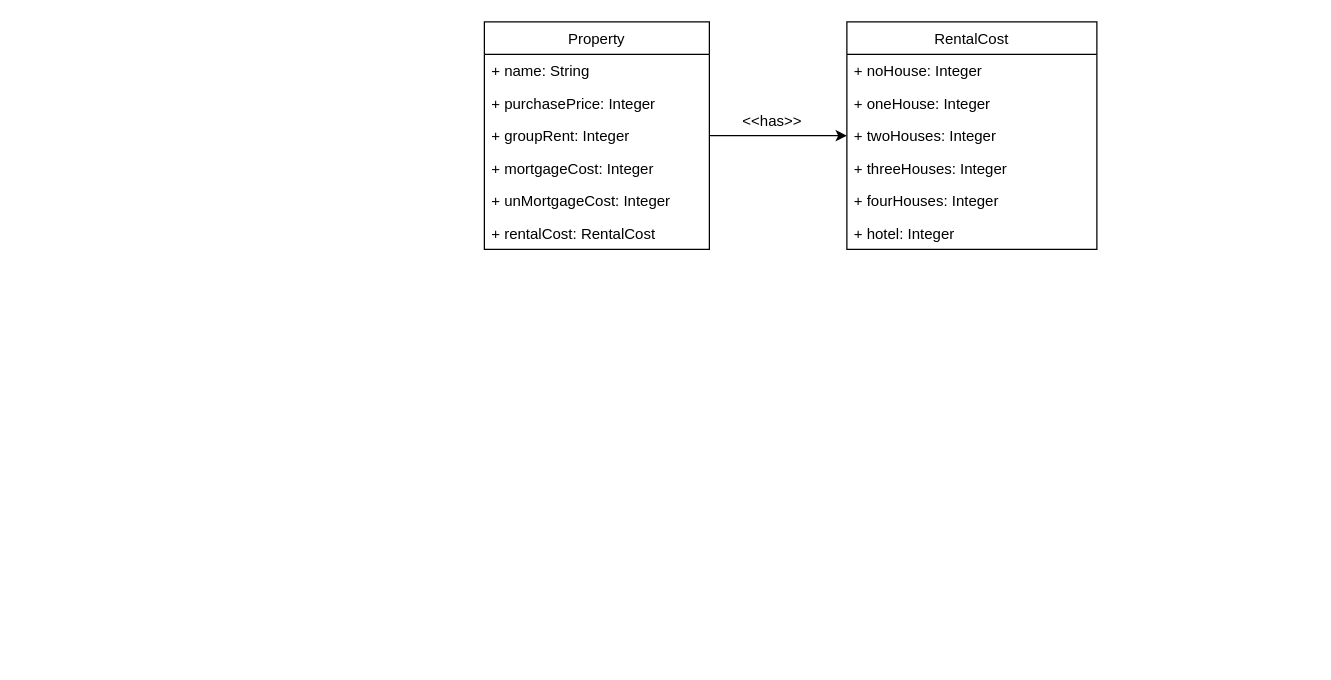
Above: monopoly/diagrams/class.drawio in teamfam2014/monopoly (draw.io), before the change. Source tidied: cells renumbered, new cells numbered last; positions are measured from the earlier drawing's top-left corner, leaving out a move shared by most shapes. Both pictures are drawn from the tidied source at 125%, with x=0, y=0 at pixel (484, 21).
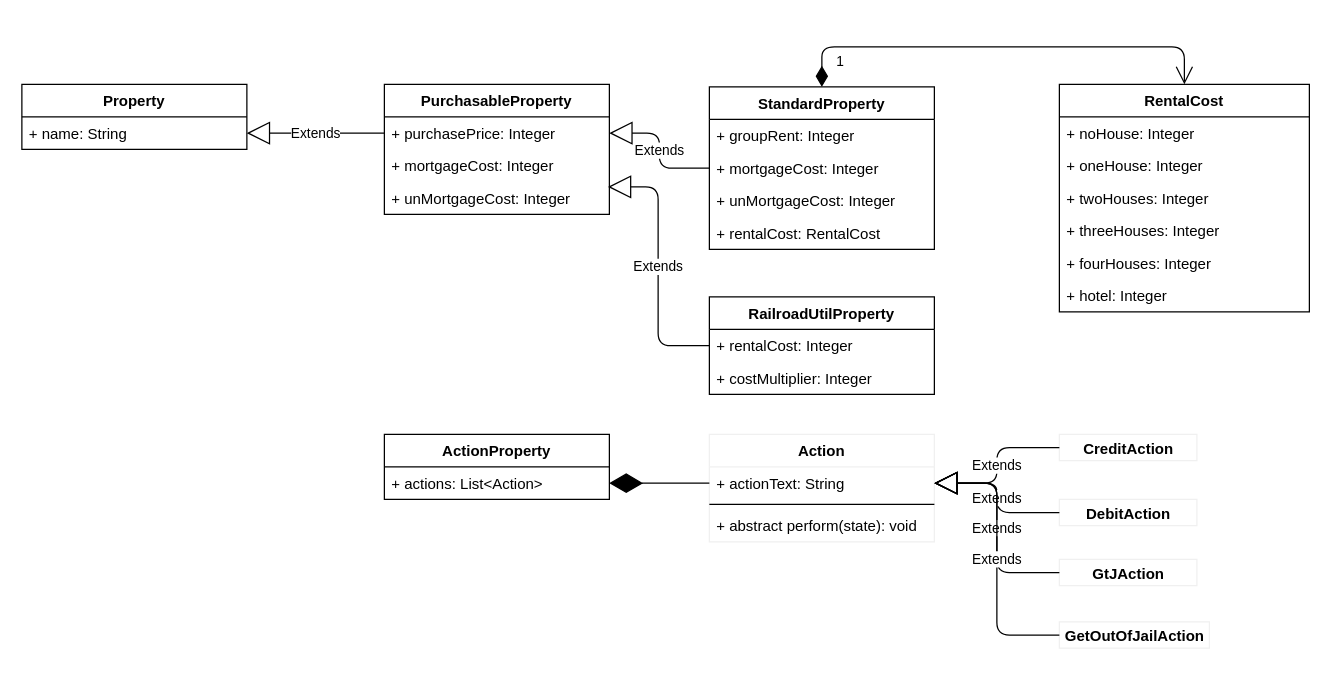
Above is the later version.

Commit message:
added non state class

The edit, as a diff of the source:
```diff
@@
-    <mxCell id="2" value="Property" style="swimlane;fontStyle=0;horizontal=1;startSize=26;fillColor=none;" parent="1" vertex="1">
-      <mxGeometry width="180" height="182" as="geometry" />
+    <mxCell id="2" value="StandardProperty" style="swimlane;fontStyle=1;horizontal=1;startSize=26;fillColor=none;" parent="1" vertex="1">
+      <mxGeometry x="180" y="52" width="180" height="130" as="geometry" />
     </mxCell>
-    <mxCell id="3" value="+ name: String" style="text;strokeColor=none;fillColor=none;align=left;verticalAlign=top;spacingLeft=4;spacingRight=4;overflow=hidden;points=[[0,0.5],[1,0.5]];portConstraint=eastwest;" parent="2" vertex="1">
-      <mxGeometry y="26" width="180" height="26" as="geometry" />
-    </mxCell>
-    <mxCell id="4" value="+ purchasePrice: Integer" style="text;strokeColor=none;fillColor=none;align=left;verticalAlign=top;spacingLeft=4;spacingRight=4;overflow=hidden;points=[[0,0.5],[1,0.5]];portConstraint=eastwest;" parent="2" vertex="1">
-      <mxGeometry y="52" width="180" height="26" as="geometry" />
-    </mxCell>
     <mxCell id="5" value="+ groupRent: Integer" style="text;strokeColor=none;fillColor=none;align=left;verticalAlign=top;spacingLeft=4;spacingRight=4;overflow=hidden;points=[[0,0.5],[1,0.5]];portConstraint=eastwest;" parent="2" vertex="1">
-      <mxGeometry y="78" width="180" height="26" as="geometry" />
+      <mxGeometry y="26" width="180" height="26" as="geometry" />
     </mxCell>
     <mxCell id="6" value="+ mortgageCost: Integer" style="text;strokeColor=none;fillColor=none;align=left;verticalAlign=top;spacingLeft=4;spacingRight=4;overflow=hidden;points=[[0,0.5],[1,0.5]];portConstraint=eastwest;" parent="2" vertex="1">
-      <mxGeometry y="104" width="180" height="26" as="geometry" />
+      <mxGeometry y="52" width="180" height="26" as="geometry" />
     </mxCell>
     <mxCell id="7" value="+ unMortgageCost: Integer" style="text;strokeColor=none;fillColor=none;align=left;verticalAlign=top;spacingLeft=4;spacingRight=4;overflow=hidden;" parent="2" vertex="1">
-      <mxGeometry y="130" width="180" height="26" as="geometry" />
+      <mxGeometry y="78" width="180" height="26" as="geometry" />
     </mxCell>
     <mxCell id="8" value="+ rentalCost: RentalCost" style="text;strokeColor=none;fillColor=none;align=left;verticalAlign=top;spacingLeft=4;spacingRight=4;overflow=hidden;" parent="2" vertex="1">
-      <mxGeometry y="156" width="180" height="26" as="geometry" />
+      <mxGeometry y="104" width="180" height="26" as="geometry" />
     </mxCell>
-    <mxCell id="9" value="RentalCost" style="swimlane;fontStyle=0;horizontal=1;startSize=26;fillColor=none;" parent="1" vertex="1">
-      <mxGeometry x="290" width="200" height="182" as="geometry" />
+    <mxCell id="9" value="RentalCost" style="swimlane;fontStyle=1;horizontal=1;startSize=26;fillColor=none;" parent="1" vertex="1">
+      <mxGeometry x="460" y="50" width="200" height="182" as="geometry" />
     </mxCell>
@@
-    <mxCell id="16" style="edgeStyle=orthogonalEdgeStyle;rounded=0;jettySize=auto;html=1;" parent="1" edge="1" source="5">
-      <mxGeometry relative="1" as="geometry">
-        <mxPoint x="290" y="91" as="targetPoint" />
-      </mxGeometry>
-    </mxCell>
-    <mxCell id="17" value="&amp;lt;&amp;lt;has&amp;gt;&amp;gt;" style="text;html=1;align=center;verticalAlign=middle;strokeColor=none;" parent="1" vertex="1">
-      <mxGeometry x="200" y="70" width="60" height="20" as="geometry" />
-    </mxCell>
+    <mxCell id="18" value="PurchasableProperty" style="swimlane;fontStyle=1;horizontal=1;startSize=26;fillColor=none;" parent="1" vertex="1">
+      <mxGeometry x="-80" y="50" width="180" height="104" as="geometry" />
+    </mxCell>
+    <mxCell id="4" value="+ purchasePrice: Integer" style="text;strokeColor=none;fillColor=none;align=left;verticalAlign=top;spacingLeft=4;spacingRight=4;overflow=hidden;points=[[0,0.5],[1,0.5]];portConstraint=eastwest;" parent="18" vertex="1">
+      <mxGeometry y="26" width="180" height="26" as="geometry" />
+    </mxCell>
+    <mxCell id="19" value="+ mortgageCost: Integer" style="text;strokeColor=none;fillColor=none;align=left;verticalAlign=top;spacingLeft=4;spacingRight=4;overflow=hidden;points=[[0,0.5],[1,0.5]];portConstraint=eastwest;" parent="18" vertex="1">
+      <mxGeometry y="52" width="180" height="26" as="geometry" />
+    </mxCell>
+    <mxCell id="20" value="+ unMortgageCost: Integer" style="text;strokeColor=none;fillColor=none;align=left;verticalAlign=top;spacingLeft=4;spacingRight=4;overflow=hidden;" parent="18" vertex="1">
+      <mxGeometry y="78" width="180" height="26" as="geometry" />
+    </mxCell>
+    <mxCell id="21" value="RailroadUtilProperty" style="swimlane;fontStyle=1;horizontal=1;startSize=26;fillColor=none;" parent="1" vertex="1">
+      <mxGeometry x="180" y="220" width="180" height="78" as="geometry" />
+    </mxCell>
+    <mxCell id="22" value="+ rentalCost: Integer" style="text;strokeColor=none;fillColor=none;align=left;verticalAlign=top;spacingLeft=4;spacingRight=4;overflow=hidden;points=[[0,0.5],[1,0.5]];portConstraint=eastwest;" parent="21" vertex="1">
+      <mxGeometry y="26" width="180" height="26" as="geometry" />
+    </mxCell>
+    <mxCell id="23" value="+ costMultiplier: Integer" style="text;strokeColor=none;fillColor=none;align=left;verticalAlign=top;spacingLeft=4;spacingRight=4;overflow=hidden;" parent="21" vertex="1">
+      <mxGeometry y="52" width="180" height="26" as="geometry" />
+    </mxCell>
+    <mxCell id="24" value="Property" style="swimlane;fontStyle=1;horizontal=1;startSize=26;fillColor=none;" parent="1" vertex="1">
+      <mxGeometry x="-370" y="50" width="180" height="52" as="geometry" />
+    </mxCell>
+    <mxCell id="3" value="+ name: String" style="text;strokeColor=none;fillColor=none;align=left;verticalAlign=top;spacingLeft=4;spacingRight=4;overflow=hidden;points=[[0,0.5],[1,0.5]];portConstraint=eastwest;" parent="24" vertex="1">
+      <mxGeometry y="26" width="180" height="26" as="geometry" />
+    </mxCell>
+    <mxCell id="25" value="ActionProperty" style="swimlane;fontStyle=1;horizontal=1;startSize=26;fillColor=none;" parent="1" vertex="1">
+      <mxGeometry x="-80" y="330" width="180" height="52" as="geometry" />
+    </mxCell>
+    <mxCell id="26" value="+ actions: List&lt;Action&gt;" style="text;strokeColor=none;fillColor=none;align=left;verticalAlign=top;spacingLeft=4;spacingRight=4;overflow=hidden;points=[[0,0.5],[1,0.5]];portConstraint=eastwest;" parent="25" vertex="1">
+      <mxGeometry y="26" width="180" height="26" as="geometry" />
+    </mxCell>
+    <mxCell id="27" value="Action" style="swimlane;fontStyle=1;align=center;verticalAlign=top;horizontal=1;startSize=26;strokeColor=#f0f0f0;" parent="1" vertex="1">
+      <mxGeometry x="180" y="330" width="180" height="86" as="geometry" />
+    </mxCell>
+    <mxCell id="28" value="+ actionText: String" style="text;strokeColor=none;fillColor=none;align=left;verticalAlign=top;spacingLeft=4;spacingRight=4;overflow=hidden;points=[[0,0.5],[1,0.5]];portConstraint=eastwest;" parent="27" vertex="1">
+      <mxGeometry y="26" width="180" height="26" as="geometry" />
+    </mxCell>
+    <mxCell id="29" style="line;strokeWidth=1;fillColor=none;align=left;verticalAlign=middle;spacingTop=-1;spacingLeft=3;spacingRight=3;labelPosition=right;" parent="27" vertex="1">
+      <mxGeometry y="52" width="180" height="8" as="geometry" />
+    </mxCell>
+    <mxCell id="30" value="+ abstract perform(state): void" style="text;strokeColor=none;fillColor=none;align=left;verticalAlign=top;spacingLeft=4;spacingRight=4;overflow=hidden;" parent="27" vertex="1">
+      <mxGeometry y="60" width="180" height="26" as="geometry" />
+    </mxCell>
+    <mxCell id="31" value="Extends" style="endArrow=block;endSize=16;endFill=0;html=1;entryX=0.994;entryY=1.154;entryDx=0;entryDy=0;entryPerimeter=0;exitX=0;exitY=0.5;exitDx=0;exitDy=0;edgeStyle=elbowEdgeStyle;" parent="1" edge="1" source="22" target="19">
+      <mxGeometry relative="1" as="geometry" />
+    </mxCell>
+    <mxCell id="32" value="Extends" style="endArrow=block;endSize=16;endFill=0;html=1;entryX=1;entryY=0.5;entryDx=0;entryDy=0;exitX=0;exitY=0.5;exitDx=0;exitDy=0;edgeStyle=elbowEdgeStyle;" parent="1" edge="1" source="6" target="4">
+      <mxGeometry relative="1" as="geometry" />
+    </mxCell>
+    <mxCell id="33" value="Extends" style="endArrow=block;endSize=16;endFill=0;html=1;entryX=1;entryY=0.5;entryDx=0;entryDy=0;exitX=0;exitY=0.5;exitDx=0;exitDy=0;edgeStyle=elbowEdgeStyle;" parent="1" edge="1" source="4" target="3">
+      <mxGeometry relative="1" as="geometry" />
+    </mxCell>
+    <mxCell id="34" value="1" style="endArrow=open;html=1;endSize=12;startArrow=diamondThin;startSize=14;startFill=1;edgeStyle=orthogonalEdgeStyle;align=left;verticalAlign=bottom;entryX=0.5;entryY=0;entryDx=0;entryDy=0;exitX=0.5;exitY=0;exitDx=0;exitDy=0;" parent="1" edge="1" source="2" target="9">
+      <mxGeometry x="-0.94" y="-10" relative="1" as="geometry">
+        <Array as="points">
+          <mxPoint x="270" y="20" />
+          <mxPoint x="560" y="20" />
+        </Array>
+      </mxGeometry>
+    </mxCell>
+    <mxCell id="35" value="&lt;b&gt;CreditAction&lt;/b&gt;" style="html=1;strokeColor=#f0f0f0;verticalAlign=bottom;" parent="1" vertex="1">
+      <mxGeometry x="460" y="330" width="110" height="21" as="geometry" />
+    </mxCell>
+    <mxCell id="36" value="&lt;b&gt;DebitAction&lt;/b&gt;" style="html=1;strokeColor=#f0f0f0;verticalAlign=bottom;" parent="1" vertex="1">
+      <mxGeometry x="460" y="382" width="110" height="21" as="geometry" />
+    </mxCell>
+    <mxCell id="37" value="&lt;b&gt;GtJAction&lt;/b&gt;" style="html=1;strokeColor=#f0f0f0;verticalAlign=bottom;" parent="1" vertex="1">
+      <mxGeometry x="460" y="430" width="110" height="21" as="geometry" />
+    </mxCell>
+    <mxCell id="38" value="&lt;b&gt;GetOutOfJailAction&lt;/b&gt;" style="html=1;strokeColor=#f0f0f0;verticalAlign=bottom;" parent="1" vertex="1">
+      <mxGeometry x="460" y="480" width="120" height="21" as="geometry" />
+    </mxCell>
+    <mxCell id="39" value="Extends" style="endArrow=block;endSize=16;endFill=0;html=1;entryX=1;entryY=0.5;entryDx=0;entryDy=0;exitX=0;exitY=0.5;exitDx=0;exitDy=0;edgeStyle=elbowEdgeStyle;" parent="1" edge="1" source="35" target="28">
+      <mxGeometry relative="1" as="geometry" />
+    </mxCell>
+    <mxCell id="40" value="Extends" style="endArrow=block;endSize=16;endFill=0;html=1;exitX=0;exitY=0.5;exitDx=0;exitDy=0;edgeStyle=elbowEdgeStyle;entryX=1;entryY=0.5;entryDx=0;entryDy=0;" parent="1" edge="1" source="36" target="28">
+      <mxGeometry relative="1" as="geometry" />
+    </mxCell>
+    <mxCell id="41" value="Extends" style="endArrow=block;endSize=16;endFill=0;html=1;entryX=1;entryY=0.5;entryDx=0;entryDy=0;exitX=0;exitY=0.5;exitDx=0;exitDy=0;edgeStyle=elbowEdgeStyle;" parent="1" edge="1" source="37" target="28">
+      <mxGeometry relative="1" as="geometry" />
+    </mxCell>
+    <mxCell id="42" value="Extends" style="endArrow=block;endSize=16;endFill=0;html=1;entryX=1;entryY=0.5;entryDx=0;entryDy=0;exitX=0;exitY=0.5;exitDx=0;exitDy=0;edgeStyle=elbowEdgeStyle;" parent="1" edge="1" source="38" target="28">
+      <mxGeometry relative="1" as="geometry" />
+    </mxCell>
+    <mxCell id="43" style="endArrow=diamondThin;endFill=1;endSize=24;html=1;entryX=1;entryY=0.5;entryDx=0;entryDy=0;exitX=0;exitY=0.5;exitDx=0;exitDy=0;" parent="1" edge="1" source="28" target="26">
+      <mxGeometry relative="1" as="geometry" />
+    </mxCell>
```
